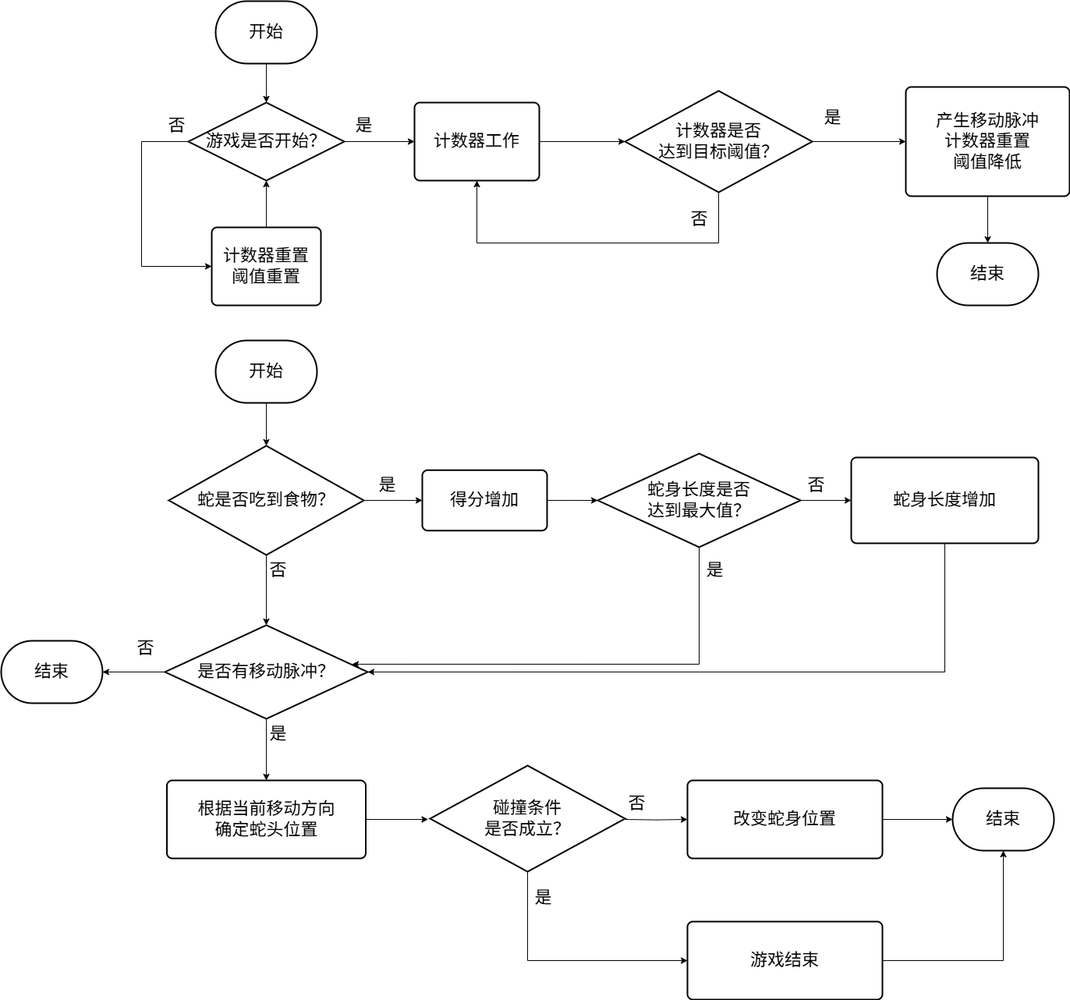
The draw.io diagram snake_move.png in maple-m117/bysj_etc., before a commit. Source tidied: cells renumbered, new cells last; positions are measured from the earlier drawing's top-left corner, leaving out a move shared by most shapes.
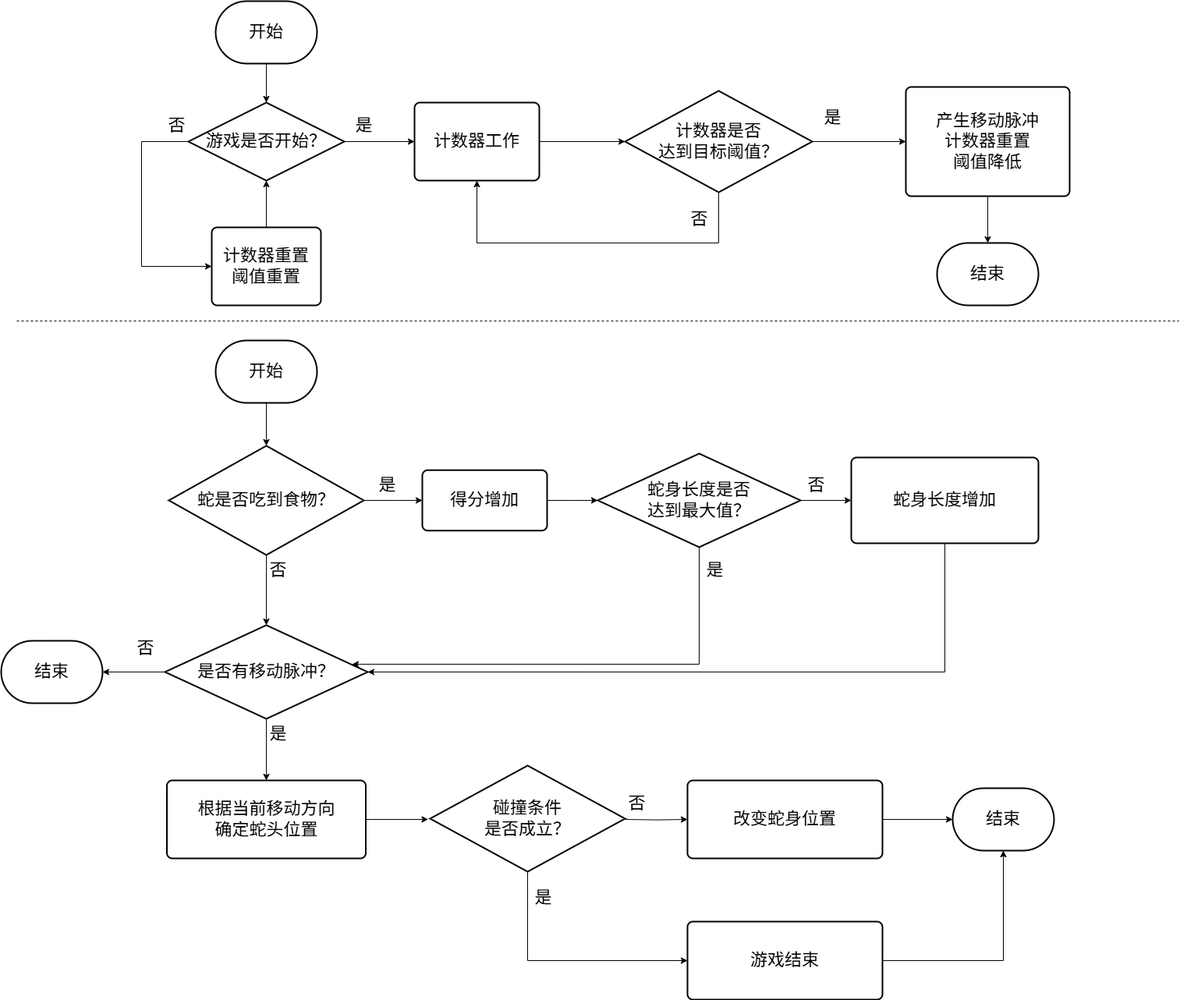
Above is the later version.

The edit, as a diff of the source:
```diff
@@ -183,5 +183,11 @@
     <mxCell id="54" style="edgeStyle=orthogonalEdgeStyle;rounded=0;jettySize=auto;html=1;exitX=1;exitY=0.5;exitDx=0;exitDy=0;entryX=0.5;entryY=1;entryDx=0;entryDy=0;entryPerimeter=0;" parent="1" edge="1" source="53" target="41">
       <mxGeometry relative="1" as="geometry" />
     </mxCell>
+    <mxCell id="55" style="endArrow=none;dashed=1;html=1;rounded=0;" parent="1" edge="1">
+      <mxGeometry relative="1" as="geometry">
+        <mxPoint x="20" y="410" as="sourcePoint" />
+        <mxPoint x="1510" y="410" as="targetPoint" />
+      </mxGeometry>
+    </mxCell>
   </root>
 </mxGraphModel>
```
